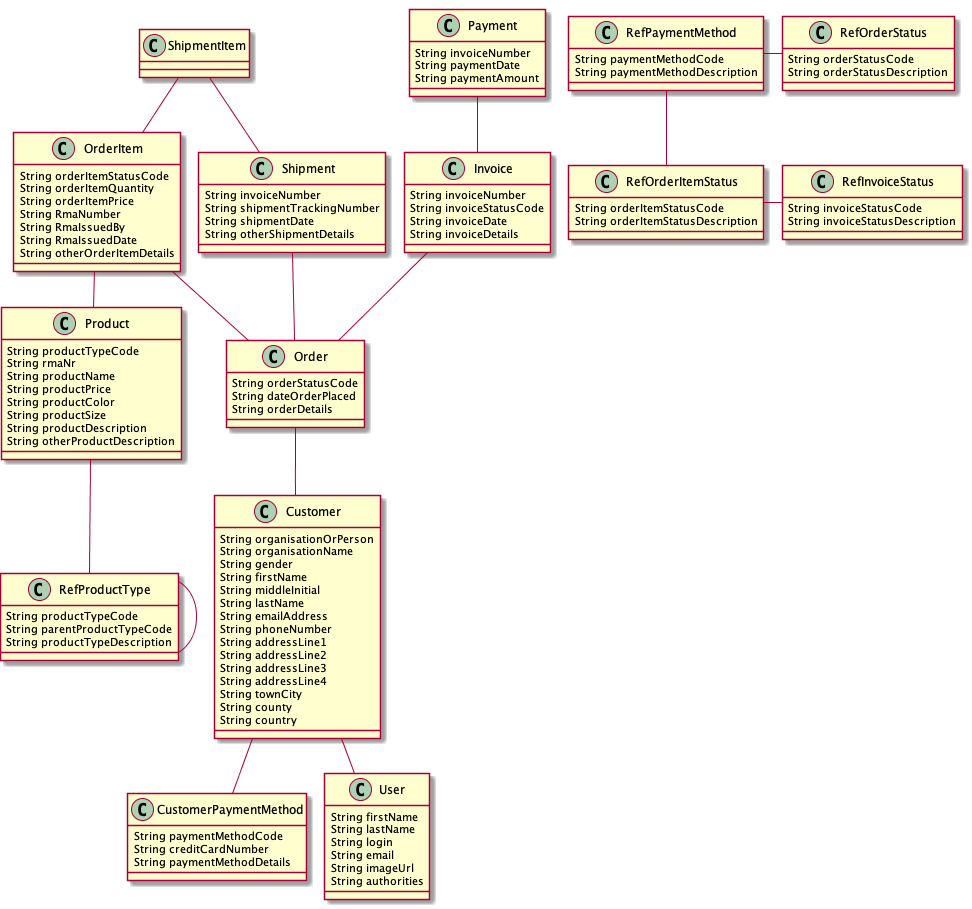
jesshaw/testapp keeps this PlantUML diagram as model/e_commerce.png. Above is the earlier version.
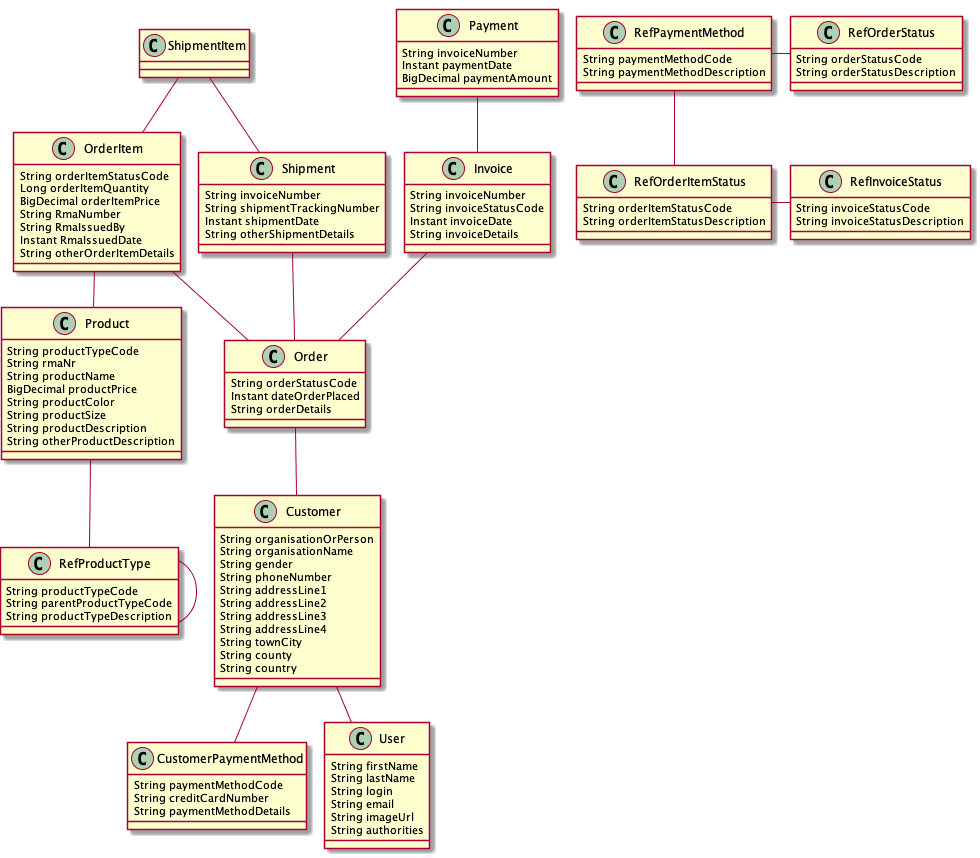
The same file after the commit.

Commit message:
e commerce field type

Diff of the diagram source:
```diff
@@ -5,10 +5,6 @@
 		String organisationOrPerson
 		String organisationName
 		String gender
-		String firstName
-		String middleInitial
-		String lastName
-		String emailAddress
 		String phoneNumber
 		String addressLine1
 		String addressLine2
@@ -29,7 +25,7 @@
 	}
 	class Order  {
 		String orderStatusCode
-		String dateOrderPlaced
+		Instant dateOrderPlaced
 		String orderDetails
 	}
 	class RefOrderStatus  {
@@ -39,18 +35,18 @@
 	class Shipment  {
 		String invoiceNumber
 		String shipmentTrackingNumber
-		String shipmentDate
+		Instant shipmentDate
 		String otherShipmentDetails
 	}
 	class ShipmentItem  {
 	}
 	class OrderItem  {
 		String orderItemStatusCode
-		String orderItemQuantity
-		String orderItemPrice
+		Long orderItemQuantity
+		BigDecimal orderItemPrice
 		String RmaNumber
 		String RmaIssuedBy
-		String RmaIssuedDate
+		Instant RmaIssuedDate
 		String otherOrderItemDetails
 	}
 	class RefOrderItemStatus  {
@@ -60,7 +56,7 @@
 	class Invoice  {
 		String invoiceNumber
 		String invoiceStatusCode
-		String invoiceDate
+		Instant invoiceDate
 		String invoiceDetails
 	}
 	class RefInvoiceStatus  {
@@ -69,14 +65,14 @@
 	}
 	class Payment  {
 		String invoiceNumber
-		String paymentDate
-		String paymentAmount
+		Instant paymentDate
+		BigDecimal paymentAmount
 	}
 	class Product  {
 		String productTypeCode
 		String rmaNr
 		String productName
-		String productPrice
+		BigDecimal productPrice
 		String productColor
 		String productSize
 		String productDescription
@@ -96,8 +92,8 @@
 	OrderItem  "productId 0..* " o-- "0..1 "  Product
 	OrderItem  "orderId 0..* " o-- "0..1 "  Order
 	Invoice  "orderId 0..* " o-- "0..1 "  Order
-	Payment  "invoiceId 0..* " o-- "0..1 "  Invoice
-	Product  "productTypeId 0..* " o-- "0..1 "  RefProductType
+	Payment  "invoiceId(invoiceNumber) 0..* " o-- "0..1 "  Invoice
+	Product  "productType 0..* " o-- "0..1 "  RefProductType
 	RefProductType  "parentProductTypeId 0..* " o-- "0..1 "  RefProductType
 	class User  {
 		String firstName
```
